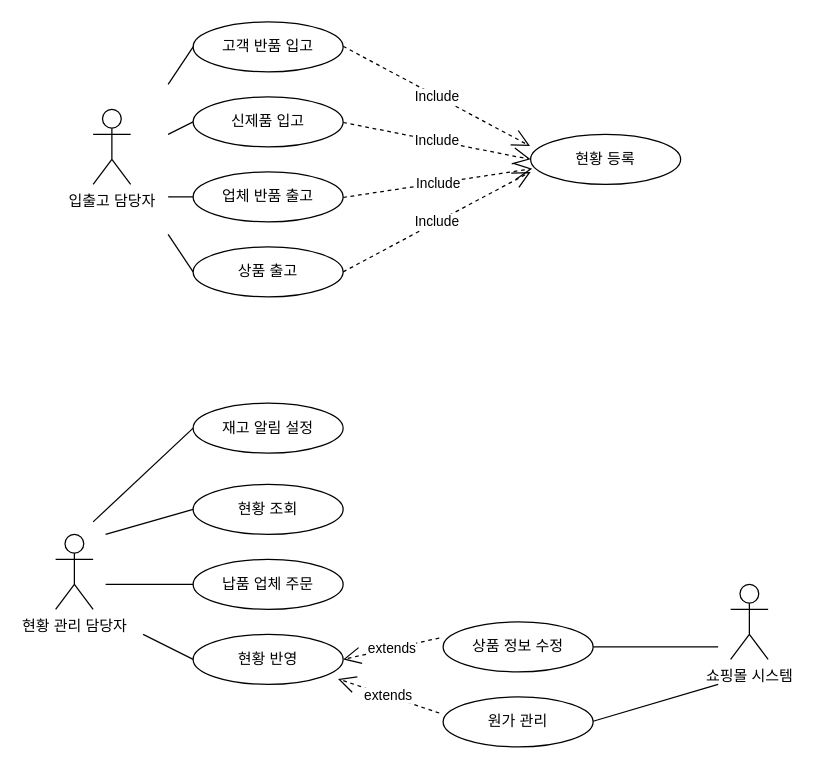
Above: 유즈케이스다이어그램.drawio in hinata7010/Temp (draw.io), before the change. Source tidied: cells renumbered, new cells numbered last; positions are measured from the earlier drawing's top-left corner, leaving out a move shared by most shapes. Both pictures are drawn from the tidied source at 125%, with x=0, y=0 at pixel (55, 21).
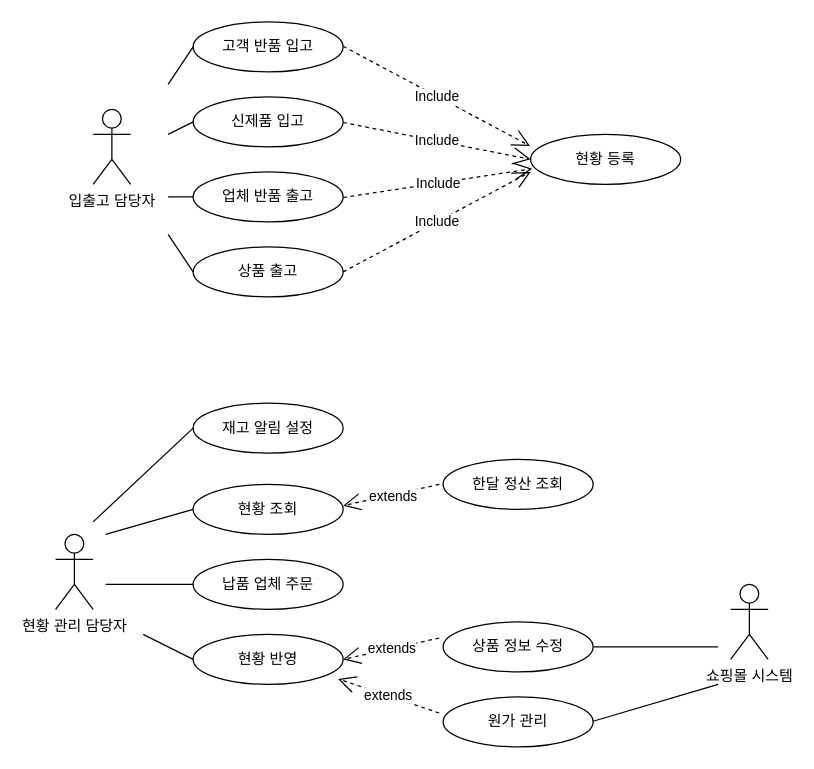
The same page after the edit.

Commit message:
유즈케이스다이어그램.drawio 업데이트

Diff of the diagram source:
```diff
@@
+    <mxCell id="32" value="extends" style="endArrow=open;endSize=12;dashed=1;html=1;rounded=0;exitX=-0.026;exitY=0.323;exitDx=0;exitDy=0;exitPerimeter=0;entryX=1;entryY=0.5;entryDx=0;entryDy=0;" parent="1" edge="1">
+      <mxGeometry x="-0.03" y="2" relative="1" as="geometry">
+        <mxPoint x="307" y="370" as="sourcePoint" />
+        <mxPoint x="230" y="387" as="targetPoint" />
+      </mxGeometry>
+    </mxCell>
+    <mxCell id="33" value="한달 정산 조회" style="ellipse;whiteSpace=wrap;html=1;" parent="1" vertex="1">
+      <mxGeometry x="310" y="350" width="120" height="40" as="geometry" />
+    </mxCell>
```
